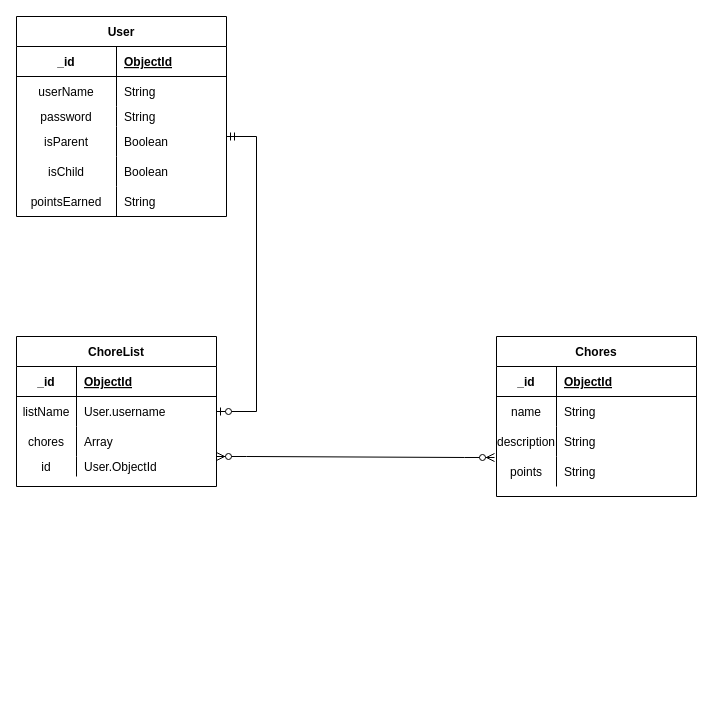
Earlier version of the draw.io diagram Chores.drawio (dwu621/Chores). Source tidied: cells renumbered, new cells numbered last; positions are measured from the earlier drawing's top-left corner, leaving out a move shared by most shapes. Both pictures are drawn from the tidied source at 100%, with x=0, y=0 at pixel (16, 16).
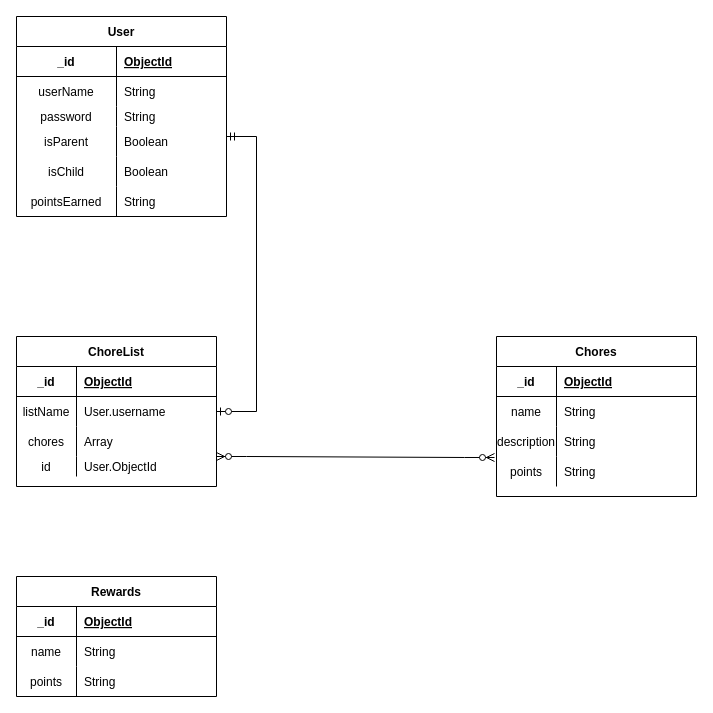
The same diagram, later.

What changed in the source:
```diff
@@
+    <mxCell id="49" value="Rewards" style="shape=table;startSize=30;childLayout=tableLayout;rowLines=0;fontStyle=1;align=center;" parent="1" vertex="1">
+      <mxGeometry y="560" width="200" height="120" as="geometry" />
+    </mxCell>
+    <mxCell id="50" style="shape=tableRow;horizontal=0;startSize=0;swimlaneHead=0;swimlaneBody=0;fillColor=none;top=0;left=0;right=0;bottom=1;" parent="49" vertex="1">
+      <mxGeometry y="30" width="200" height="30" as="geometry" />
+    </mxCell>
+    <mxCell id="51" value="_id" style="shape=partialRectangle;fillColor=none;top=0;left=0;bottom=0;right=0;fontStyle=1;overflow=hidden;" parent="50" vertex="1">
+      <mxGeometry width="60" height="30" as="geometry" />
+    </mxCell>
+    <mxCell id="52" value="ObjectId" style="shape=partialRectangle;fillColor=none;top=0;left=0;bottom=0;right=0;align=left;spacingLeft=6;fontStyle=5;overflow=hidden;" parent="50" vertex="1">
+      <mxGeometry x="60" width="140" height="30" as="geometry" />
+    </mxCell>
+    <mxCell id="53" style="shape=tableRow;horizontal=0;startSize=0;swimlaneHead=0;swimlaneBody=0;fillColor=none;top=0;left=0;right=0;bottom=0;" parent="49" vertex="1">
+      <mxGeometry y="60" width="200" height="30" as="geometry" />
+    </mxCell>
+    <mxCell id="54" value="name" style="shape=partialRectangle;fillColor=none;top=0;left=0;bottom=0;right=0;overflow=hidden;" parent="53" vertex="1">
+      <mxGeometry width="60" height="30" as="geometry" />
+    </mxCell>
+    <mxCell id="55" value="String" style="shape=partialRectangle;fillColor=none;top=0;left=0;bottom=0;right=0;align=left;spacingLeft=6;overflow=hidden;" parent="53" vertex="1">
+      <mxGeometry x="60" width="140" height="30" as="geometry" />
+    </mxCell>
+    <mxCell id="56" style="shape=tableRow;horizontal=0;startSize=0;swimlaneHead=0;swimlaneBody=0;fillColor=none;top=0;left=0;right=0;bottom=0;" parent="49" vertex="1">
+      <mxGeometry y="90" width="200" height="30" as="geometry" />
+    </mxCell>
+    <mxCell id="57" value="points" style="shape=partialRectangle;fillColor=none;top=0;left=0;bottom=0;right=0;overflow=hidden;" parent="56" vertex="1">
+      <mxGeometry width="60" height="30" as="geometry" />
+    </mxCell>
+    <mxCell id="58" value="String" style="shape=partialRectangle;fillColor=none;top=0;left=0;bottom=0;right=0;align=left;spacingLeft=6;overflow=hidden;" parent="56" vertex="1">
+      <mxGeometry x="60" width="140" height="30" as="geometry" />
+    </mxCell>
```
